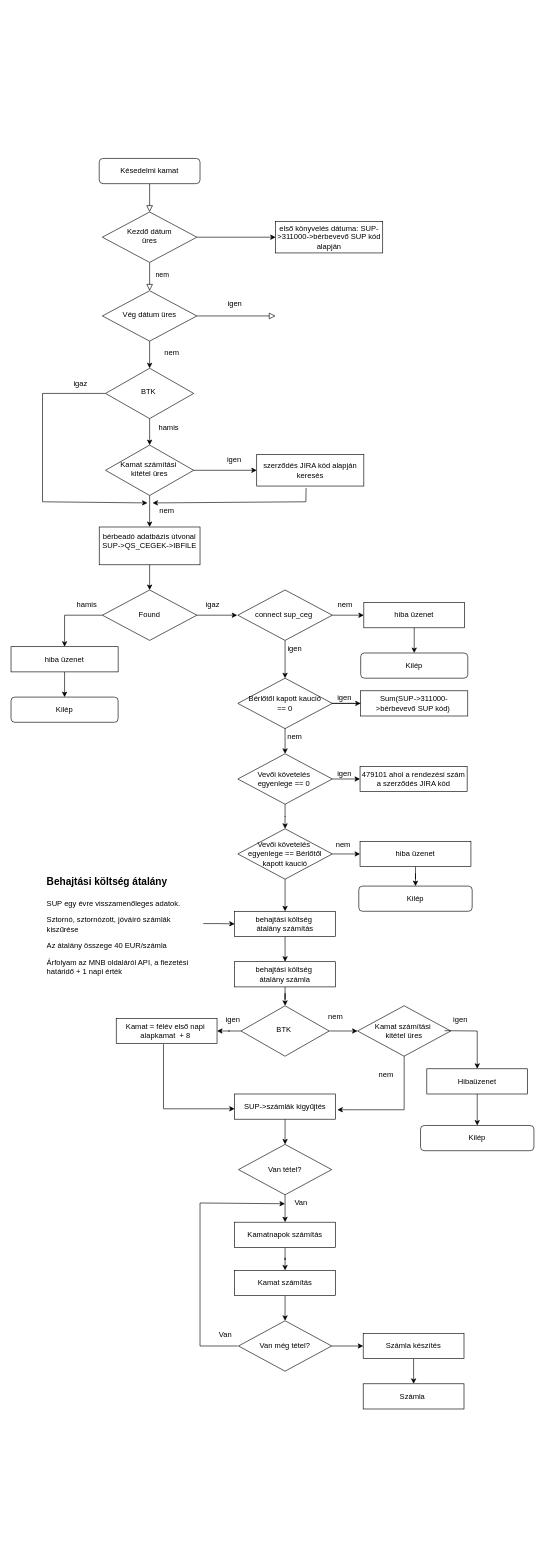
Before: assets_project.drawio in Cgyulas0525/indotek_erp, a draw.io diagram. Source tidied: cells renumbered, new cells numbered last; positions are measured from the earlier drawing's top-left corner, leaving out a move shared by most shapes. Both pictures are drawn from the tidied source at 63%, with x=0, y=0 at pixel (11, 158).
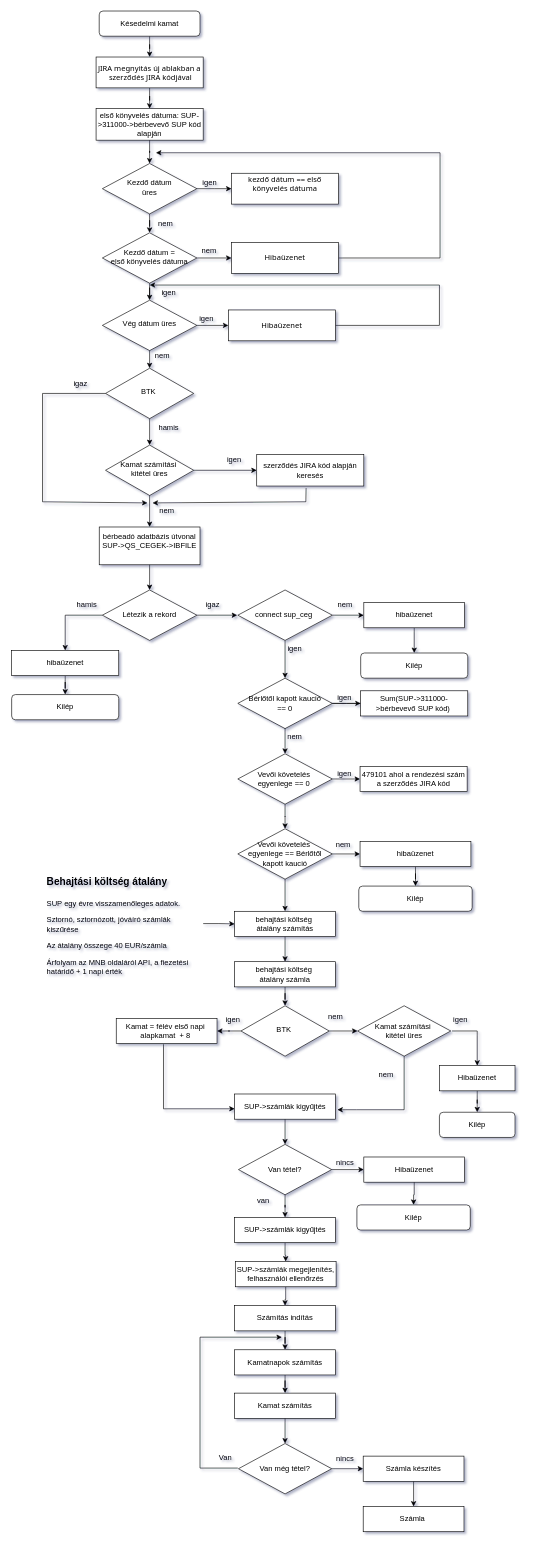
The same page after the edit.

The change refers to these unchanged cells:
```xml
<mxCell id="86" value="Van tétel?" style="rhombus;whiteSpace=wrap;html=1;" parent="1" vertex="1">
  <mxGeometry x="361" y="1565" width="148" height="80" as="geometry" />
</mxCell>
```

Diff of the diagram source:
```diff
@@
-<mxGraphModel>
+<mxGraphModel shadow="1">
@@
-    <mxCell id="2" style="rounded=0;html=1;jettySize=auto;fontSize=11;endArrow=block;endFill=0;endSize=8;strokeWidth=1;shadow=0;labelBackgroundColor=none;edgeStyle=orthogonalEdgeStyle;" parent="1" edge="1" source="3" target="6">
-      <mxGeometry relative="1" as="geometry" />
-    </mxCell>
+    <mxCell id="99" style="edgeStyle=orthogonalEdgeStyle;rounded=0;jettySize=auto;html=1;" parent="1" edge="1" source="3" target="111">
+      <mxGeometry relative="1" as="geometry" />
+    </mxCell>
     <mxCell id="3" value="Késedelmi kamat" style="rounded=1;whiteSpace=wrap;html=1;fontSize=12;glass=0;strokeWidth=1;shadow=0;" parent="1" vertex="1">
-      <mxGeometry x="140" width="160" height="40" as="geometry" />
+      <mxGeometry x="140" y="-234" width="160" height="40" as="geometry" />
     </mxCell>
-    <mxCell id="4" value="nem" style="rounded=0;html=1;jettySize=auto;fontSize=11;endArrow=block;endFill=0;endSize=8;strokeWidth=1;shadow=0;labelBackgroundColor=none;edgeStyle=orthogonalEdgeStyle;" parent="1" edge="1" source="6" target="8">
-      <mxGeometry x="-0.11" y="20" relative="1" as="geometry" />
-    </mxCell>
-    <mxCell id="5" style="edgeStyle=orthogonalEdgeStyle;rounded=0;jettySize=auto;html=1;" parent="1" edge="1" source="6" target="57">
-      <mxGeometry relative="1" as="geometry" />
-    </mxCell>
+    <mxCell id="100" style="edgeStyle=orthogonalEdgeStyle;rounded=0;jettySize=auto;html=1;" parent="1" edge="1" source="6">
+      <mxGeometry relative="1" as="geometry">
+        <mxPoint x="350" y="48" as="targetPoint" />
+      </mxGeometry>
+    </mxCell>
+    <mxCell id="101" style="edgeStyle=orthogonalEdgeStyle;rounded=0;jettySize=auto;html=1;" parent="1" edge="1" source="6" target="109">
+      <mxGeometry relative="1" as="geometry" />
+    </mxCell>
     <mxCell id="6" value="Kezdő dátum&lt;div&gt;üres&lt;/div&gt;" style="rhombus;whiteSpace=wrap;html=1;shadow=0;fontFamily=Helvetica;fontSize=12;align=center;strokeWidth=1;spacing=6;spacingTop=-4;" parent="1" vertex="1">
-      <mxGeometry x="145" y="85" width="150" height="80" as="geometry" />
+      <mxGeometry x="145" y="8" width="150" height="80" as="geometry" />
     </mxCell>
-    <mxCell id="7" style="edgeStyle=orthogonalEdgeStyle;rounded=0;html=1;jettySize=auto;fontSize=11;endArrow=block;endFill=0;endSize=8;strokeWidth=1;shadow=0;labelBackgroundColor=none;" parent="1" edge="1" source="8">
-      <mxGeometry y="10" relative="1" as="geometry">
-        <mxPoint x="420" y="250" as="targetPoint" />
-      </mxGeometry>
-    </mxCell>
+    <mxCell id="102" style="edgeStyle=orthogonalEdgeStyle;rounded=0;jettySize=auto;html=1;" parent="1" edge="1" source="8" target="120">
+      <mxGeometry relative="1" as="geometry" />
+    </mxCell>
     <mxCell id="8" value="Vég dátum üres" style="rhombus;whiteSpace=wrap;html=1;shadow=0;fontFamily=Helvetica;fontSize=12;align=center;strokeWidth=1;spacing=6;spacingTop=-4;" parent="1" vertex="1">
-      <mxGeometry x="145" y="210" width="150" height="80" as="geometry" />
+      <mxGeometry x="145" y="225" width="150" height="80" as="geometry" />
     </mxCell>
@@
-    <mxCell id="11" value="igen" style="text;html=1;align=center;verticalAlign=middle;strokeColor=none;fillColor=none;" parent="1" vertex="1">
-      <mxGeometry x="330" y="215" width="50" height="30" as="geometry" />
-    </mxCell>
@@
-    <mxCell id="14" value="nem" style="text;html=1;align=center;verticalAlign=middle;strokeColor=none;fillColor=none;" parent="1" vertex="1">
-      <mxGeometry x="230" y="293" width="50" height="30" as="geometry" />
-    </mxCell>
@@
+    <mxCell id="24" style="edgeStyle=orthogonalEdgeStyle;rounded=0;jettySize=auto;html=1;entryX=0.5;entryY=0;entryDx=0;entryDy=0;exitX=0;exitY=0.5;exitDx=0;exitDy=0;" parent="1" edge="1" source="22" target="26">
+      <mxGeometry relative="1" as="geometry" />
+    </mxCell>
-    <mxCell id="22" value="Found" style="rhombus;whiteSpace=wrap;html=1;" parent="1" vertex="1">
+    <mxCell id="22" value="Létezik a rekord" style="rhombus;whiteSpace=wrap;html=1;" parent="1" vertex="1">
       <mxGeometry x="145" y="685" width="150" height="80" as="geometry" />
     </mxCell>
@@
-    <mxCell id="24" style="edgeStyle=none;jettySize=auto;html=1;rounded=0;exitX=0;exitY=0.5;exitDx=0;exitDy=0;entryX=0.5;entryY=0;entryDx=0;entryDy=0;" parent="1" edge="1" source="22" target="26">
-      <mxGeometry relative="1" as="geometry">
-        <Array as="points">
-          <mxPoint x="85" y="725" />
-        </Array>
-      </mxGeometry>
-    </mxCell>
@@
-    <mxCell id="26" value="hiba üzenet" style="rounded=0;whiteSpace=wrap;html=1;" parent="1" vertex="1">
-      <mxGeometry y="775" width="170" height="40" as="geometry" />
+    <mxCell id="26" value="hibaüzenet" style="rounded=0;whiteSpace=wrap;html=1;" parent="1" vertex="1">
+      <mxGeometry x="1" y="781" width="170" height="40" as="geometry" />
     </mxCell>
@@
-    <mxCell id="28" style="edgeStyle=orthogonalEdgeStyle;rounded=0;orthogonalLoop=1;jettySize=auto;html=1;exitX=0.5;exitY=1;exitDx=0;exitDy=0;" parent="1" edge="1" source="26" target="26">
-      <mxGeometry relative="1" as="geometry" />
+    <mxCell id="28" style="edgeStyle=orthogonalEdgeStyle;rounded=0;orthogonalLoop=1;jettySize=auto;html=1;exitX=0.5;exitY=1;exitDx=0;exitDy=0;" parent="1" edge="1">
+      <mxGeometry relative="1" as="geometry">
+        <mxPoint x="85" y="815" as="sourcePoint" />
+        <mxPoint x="85" y="815" as="targetPoint" />
+      </mxGeometry>
     </mxCell>
     <mxCell id="29" value="Kilép" style="rounded=1;whiteSpace=wrap;html=1;" parent="1" vertex="1">
-      <mxGeometry y="855" width="170" height="40" as="geometry" />
+      <mxGeometry x="1" y="851" width="170" height="40" as="geometry" />
     </mxCell>
@@
-    <mxCell id="35" value="hiba üzenet" style="rounded=0;whiteSpace=wrap;html=1;" parent="1" vertex="1">
+    <mxCell id="35" value="hibaüzenet" style="rounded=0;whiteSpace=wrap;html=1;" parent="1" vertex="1">
       <mxGeometry x="560" y="705" width="160" height="40" as="geometry" />
     </mxCell>
@@
-    <mxCell id="53" value="hiba üzenet" style="rounded=0;whiteSpace=wrap;html=1;" parent="1" vertex="1">
+    <mxCell id="53" value="hibaüzenet" style="rounded=0;whiteSpace=wrap;html=1;" parent="1" vertex="1">
       <mxGeometry x="554" y="1084" width="176" height="40" as="geometry" />
     </mxCell>
@@
+    <mxCell id="103" style="edgeStyle=orthogonalEdgeStyle;rounded=0;jettySize=auto;html=1;" parent="1" edge="1" source="57" target="6">
+      <mxGeometry relative="1" as="geometry" />
+    </mxCell>
     <mxCell id="57" value="első könyvelés dátuma: SUP-&amp;gt;311000-&amp;gt;bérbevevő SUP kód alapján" style="rounded=0;whiteSpace=wrap;html=1;" parent="1" vertex="1">
-      <mxGeometry x="420" y="100" width="170" height="50" as="geometry" />
+      <mxGeometry x="135" y="-79" width="170" height="50" as="geometry" />
     </mxCell>
@@
     <mxCell id="73" value="&lt;span style=&quot;text-wrap: nowrap;&quot;&gt;Hibaüzenet&lt;/span&gt;" style="rounded=0;whiteSpace=wrap;html=1;" parent="1" vertex="1">
-      <mxGeometry x="660" y="1445" width="160" height="40" as="geometry" />
+      <mxGeometry x="680" y="1440" width="120" height="40" as="geometry" />
     </mxCell>
@@
     <mxCell id="75" value="Kilép" style="rounded=1;whiteSpace=wrap;html=1;" parent="1" vertex="1">
-      <mxGeometry x="650" y="1535" width="180" height="40" as="geometry" />
+      <mxGeometry x="680" y="1514" width="120" height="40" as="geometry" />
     </mxCell>
@@
     <mxCell id="78" style="edgeStyle=none;jettySize=auto;html=1;rounded=0;entryX=0.5;entryY=0;entryDx=0;entryDy=0;" parent="1" edge="1" target="73">
       <mxGeometry relative="1" as="geometry">
-        <mxPoint x="688" y="1384.5" as="sourcePoint" />
+        <mxPoint x="700" y="1385" as="sourcePoint" />
         <Array as="points">
           <mxPoint x="740" y="1385" />
         </Array>
       </mxGeometry>
     </mxCell>
@@
-    <mxCell id="85" style="edgeStyle=orthogonalEdgeStyle;rounded=0;jettySize=auto;html=1;" parent="1" edge="1" source="86" target="88">
-      <mxGeometry relative="1" as="geometry" />
-    </mxCell>
+    <mxCell id="104" style="edgeStyle=orthogonalEdgeStyle;rounded=0;jettySize=auto;html=1;" parent="1" edge="1" source="86" target="123">
+      <mxGeometry relative="1" as="geometry" />
+    </mxCell>
+    <mxCell id="105" style="edgeStyle=orthogonalEdgeStyle;rounded=0;jettySize=auto;html=1;" parent="1" edge="1" source="86" target="126">
+      <mxGeometry relative="1" as="geometry" />
+    </mxCell>
@@
     <mxCell id="88" value="&lt;span style=&quot;text-wrap: nowrap;&quot;&gt;Kamatnapok számítás&lt;/span&gt;" style="rounded=0;whiteSpace=wrap;html=1;" parent="1" vertex="1">
-      <mxGeometry x="355" y="1688.5" width="160" height="40" as="geometry" />
+      <mxGeometry x="355" y="1891" width="160" height="40" as="geometry" />
     </mxCell>
-    <mxCell id="89" value="Van" style="text;html=1;align=center;verticalAlign=middle;points=[];strokeColor=none;fillColor=none;" parent="1" vertex="1">
-      <mxGeometry x="440" y="1643" width="40" height="30" as="geometry" />
-    </mxCell>
@@
     <mxCell id="91" value="&lt;span style=&quot;text-wrap: nowrap;&quot;&gt;Kamat számítás&lt;/span&gt;" style="rounded=0;whiteSpace=wrap;html=1;" parent="1" vertex="1">
-      <mxGeometry x="355" y="1765" width="160" height="40" as="geometry" />
+      <mxGeometry x="355" y="1959.8" width="160" height="40" as="geometry" />
     </mxCell>
@@
     <mxCell id="93" value="Van még tétel?" style="rhombus;whiteSpace=wrap;html=1;" parent="1" vertex="1">
-      <mxGeometry x="361" y="1845" width="148" height="80" as="geometry" />
+      <mxGeometry x="361" y="2039.8" width="148" height="80" as="geometry" />
     </mxCell>
-    <mxCell id="94" style="edgeStyle=none;jettySize=auto;html=1;rounded=0;entryX=-0.13;entryY=0.54;entryDx=0;entryDy=0;entryPerimeter=0;" parent="1" edge="1" target="89">
+    <mxCell id="94" style="edgeStyle=none;orthogonalLoop=1;jettySize=auto;html=1;rounded=0;" parent="1" edge="1">
       <mxGeometry relative="1" as="geometry">
-        <mxPoint x="360" y="1885" as="sourcePoint" />
+        <mxPoint x="360" y="2078.8" as="sourcePoint" />
+        <mxPoint x="430" y="1871" as="targetPoint" />
         <Array as="points">
-          <mxPoint x="300" y="1885" />
-          <mxPoint x="300" y="1658" />
+          <mxPoint x="300" y="2078.8" />
+          <mxPoint x="300" y="1871" />
         </Array>
       </mxGeometry>
     </mxCell>
     <mxCell id="95" value="Van" style="text;html=1;align=center;verticalAlign=middle;strokeColor=none;fillColor=none;" parent="1" vertex="1">
-      <mxGeometry x="320" y="1853" width="40" height="30" as="geometry" />
+      <mxGeometry x="320" y="2047.8" width="40" height="30" as="geometry" />
     </mxCell>
@@
     <mxCell id="97" value="&lt;span style=&quot;text-wrap: nowrap;&quot;&gt;Számla készítés&lt;/span&gt;" style="rounded=0;whiteSpace=wrap;html=1;" parent="1" vertex="1">
-      <mxGeometry x="559" y="1865" width="160" height="40" as="geometry" />
+      <mxGeometry x="559" y="2059.8" width="160" height="40" as="geometry" />
     </mxCell>
     <mxCell id="98" value="&lt;span style=&quot;text-wrap: nowrap;&quot;&gt;Számla&amp;nbsp;&lt;/span&gt;" style="rounded=0;whiteSpace=wrap;html=1;" parent="1" vertex="1">
-      <mxGeometry x="559" y="1945" width="160" height="40" as="geometry" />
+      <mxGeometry x="559" y="2139.8" width="160" height="40" as="geometry" />
     </mxCell>
+    <mxCell id="106" value="&lt;div&gt;&lt;br&gt;&lt;/div&gt;&lt;div&gt;&amp;nbsp; &amp;nbsp;igen&lt;/div&gt;" style="text;html=1;align=center;verticalAlign=middle;strokeColor=none;fillColor=none;" parent="1" vertex="1">
+      <mxGeometry x="280" y="11" width="60" height="40" as="geometry" />
+    </mxCell>
+    <mxCell id="107" style="edgeStyle=orthogonalEdgeStyle;rounded=0;jettySize=auto;html=1;" parent="1" edge="1" source="109" target="114">
+      <mxGeometry relative="1" as="geometry" />
+    </mxCell>
+    <mxCell id="108" style="edgeStyle=orthogonalEdgeStyle;rounded=0;jettySize=auto;html=1;" parent="1" edge="1" source="109" target="8">
+      <mxGeometry relative="1" as="geometry" />
+    </mxCell>
+    <mxCell id="109" value="Kezdő dátum =&lt;div&gt;első könyvelés dátuma&lt;/div&gt;" style="rhombus;whiteSpace=wrap;html=1;shadow=0;fontFamily=Helvetica;fontSize=12;align=center;strokeWidth=1;spacing=6;spacingTop=-4;" parent="1" vertex="1">
+      <mxGeometry x="145" y="118" width="150" height="80" as="geometry" />
+    </mxCell>
+    <mxCell id="110" style="edgeStyle=orthogonalEdgeStyle;rounded=0;jettySize=auto;html=1;" parent="1" edge="1" source="111" target="57">
+      <mxGeometry relative="1" as="geometry" />
+    </mxCell>
+    <mxCell id="111" value="&lt;span style=&quot;background-color: initial; font-family: Tahoma;&quot;&gt;JIRA megnyitás új ablakban a&lt;/span&gt;&lt;div&gt;&lt;span style=&quot;font-family: Tahoma; background-color: initial;&quot;&gt;&amp;nbsp;szerződés JIRA kódjával&lt;/span&gt;&lt;/div&gt;" style="rounded=0;whiteSpace=wrap;html=1;" parent="1" vertex="1">
+      <mxGeometry x="135" y="-161" width="170" height="49" as="geometry" />
+    </mxCell>
+    <mxCell id="112" value="&lt;font face=&quot;Tahoma&quot;&gt;kezdő dátum == első könyvelés dátuma&lt;/font&gt;&lt;div&gt;&lt;font face=&quot;Tahoma&quot;&gt;&lt;br&gt;&lt;/font&gt;&lt;/div&gt;" style="rounded=0;whiteSpace=wrap;html=1;" parent="1" vertex="1">
+      <mxGeometry x="350" y="23.5" width="170" height="49" as="geometry" />
+    </mxCell>
+    <mxCell id="113" style="edgeStyle=orthogonalEdgeStyle;rounded=0;jettySize=auto;html=1;" parent="1" edge="1" source="114">
+      <mxGeometry relative="1" as="geometry">
+        <mxPoint x="230" y="-9" as="targetPoint" />
+        <Array as="points">
+          <mxPoint x="681" y="158" />
+          <mxPoint x="681" y="-9" />
+        </Array>
+      </mxGeometry>
+    </mxCell>
+    <mxCell id="114" value="&lt;font face=&quot;Tahoma&quot;&gt;Hibaüzenet&lt;/font&gt;" style="rounded=0;whiteSpace=wrap;html=1;" parent="1" vertex="1">
+      <mxGeometry x="350" y="133.5" width="170" height="49" as="geometry" />
+    </mxCell>
+    <mxCell id="115" value="nem" style="text;html=1;align=center;verticalAlign=middle;strokeColor=none;fillColor=none;" parent="1" vertex="1">
+      <mxGeometry x="220" y="88" width="50" height="30" as="geometry" />
+    </mxCell>
+    <mxCell id="116" value="nem" style="text;html=1;align=center;verticalAlign=middle;strokeColor=none;fillColor=none;" parent="1" vertex="1">
+      <mxGeometry x="289" y="131" width="50" height="30" as="geometry" />
+    </mxCell>
+    <mxCell id="117" value="igen" style="text;html=1;align=center;verticalAlign=middle;strokeColor=none;fillColor=none;" parent="1" vertex="1">
+      <mxGeometry x="225" y="199" width="50" height="30" as="geometry" />
+    </mxCell>
+    <mxCell id="118" value="nem" style="text;html=1;align=center;verticalAlign=middle;strokeColor=none;fillColor=none;" parent="1" vertex="1">
+      <mxGeometry x="215" y="299" width="50" height="30" as="geometry" />
+    </mxCell>
+    <mxCell id="119" style="edgeStyle=orthogonalEdgeStyle;rounded=0;jettySize=auto;html=1;" parent="1" edge="1" source="120">
+      <mxGeometry relative="1" as="geometry">
+        <mxPoint x="220" y="201" as="targetPoint" />
+        <Array as="points">
+          <mxPoint x="680" y="265" />
+          <mxPoint x="680" y="201" />
+          <mxPoint x="225" y="201" />
+        </Array>
+      </mxGeometry>
+    </mxCell>
+    <mxCell id="120" value="&lt;font face=&quot;Tahoma&quot;&gt;Hibaüzenet&lt;/font&gt;" style="rounded=0;whiteSpace=wrap;html=1;" parent="1" vertex="1">
+      <mxGeometry x="345" y="240.5" width="170" height="49" as="geometry" />
+    </mxCell>
+    <mxCell id="121" value="igen" style="text;html=1;align=center;verticalAlign=middle;strokeColor=none;fillColor=none;" parent="1" vertex="1">
+      <mxGeometry x="285" y="239" width="50" height="30" as="geometry" />
+    </mxCell>
+    <mxCell id="122" style="edgeStyle=orthogonalEdgeStyle;rounded=0;jettySize=auto;html=1;" parent="1" edge="1" source="123" target="130">
+      <mxGeometry relative="1" as="geometry" />
+    </mxCell>
+    <mxCell id="123" value="&lt;span style=&quot;text-wrap: nowrap;&quot;&gt;SUP-&amp;gt;számlák kigyűjtés&lt;/span&gt;" style="rounded=0;whiteSpace=wrap;html=1;" parent="1" vertex="1">
+      <mxGeometry x="355" y="1681" width="160" height="40" as="geometry" />
+    </mxCell>
+    <mxCell id="124" value="van" style="text;html=1;align=center;verticalAlign=middle;strokeColor=none;fillColor=none;" parent="1" vertex="1">
+      <mxGeometry x="380" y="1639" width="40" height="30" as="geometry" />
+    </mxCell>
+    <mxCell id="125" style="edgeStyle=orthogonalEdgeStyle;rounded=0;jettySize=auto;html=1;" parent="1" edge="1" source="126" target="128">
+      <mxGeometry relative="1" as="geometry" />
+    </mxCell>
+    <mxCell id="126" value="&lt;span style=&quot;text-wrap: nowrap;&quot;&gt;Hibaüzenet&lt;/span&gt;" style="rounded=0;whiteSpace=wrap;html=1;" parent="1" vertex="1">
+      <mxGeometry x="560" y="1585" width="160" height="40" as="geometry" />
+    </mxCell>
+    <mxCell id="127" value="nincs" style="text;html=1;align=center;verticalAlign=middle;strokeColor=none;fillColor=none;" parent="1" vertex="1">
+      <mxGeometry x="505" y="1579" width="50" height="30" as="geometry" />
+    </mxCell>
+    <mxCell id="128" value="Kilép" style="rounded=1;whiteSpace=wrap;html=1;" parent="1" vertex="1">
+      <mxGeometry x="549" y="1661" width="180" height="40" as="geometry" />
+    </mxCell>
+    <mxCell id="129" style="edgeStyle=orthogonalEdgeStyle;rounded=0;jettySize=auto;html=1;" parent="1" edge="1" source="130" target="132">
+      <mxGeometry relative="1" as="geometry" />
+    </mxCell>
+    <mxCell id="130" value="&lt;span style=&quot;text-wrap: nowrap;&quot;&gt;SUP-&amp;gt;számlák megejlenítés,&lt;/span&gt;&lt;div&gt;&lt;span style=&quot;text-wrap: nowrap;&quot;&gt;felhasználói ellenőrzés&lt;/span&gt;&lt;/div&gt;" style="rounded=0;whiteSpace=wrap;html=1;" parent="1" vertex="1">
+      <mxGeometry x="356" y="1751" width="160" height="40" as="geometry" />
+    </mxCell>
+    <mxCell id="131" style="edgeStyle=orthogonalEdgeStyle;rounded=0;jettySize=auto;html=1;" parent="1" edge="1" source="132" target="88">
+      <mxGeometry relative="1" as="geometry" />
+    </mxCell>
+    <mxCell id="132" value="&lt;span style=&quot;text-wrap: nowrap;&quot;&gt;Számítás indítás&lt;/span&gt;" style="rounded=0;whiteSpace=wrap;html=1;" parent="1" vertex="1">
+      <mxGeometry x="355" y="1821" width="160" height="40" as="geometry" />
+    </mxCell>
+    <mxCell id="133" value="nincs" style="text;html=1;align=center;verticalAlign=middle;strokeColor=none;fillColor=none;" parent="1" vertex="1">
+      <mxGeometry x="505" y="2049" width="50" height="30" as="geometry" />
+    </mxCell>
```
